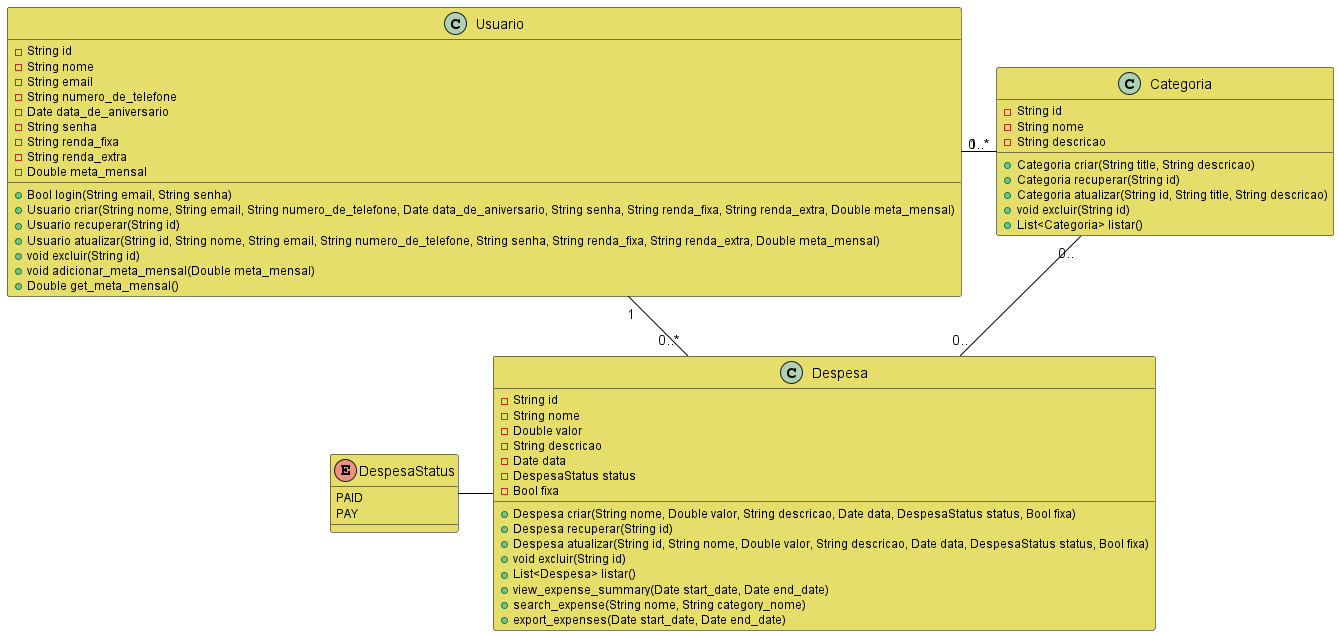
Before: documents/class_diagram/Diagrama de classes.png, a diagram exported from PlantUML (LucasMairon/FinanSee). Its diagram source:
```plantuml
@startuml Diagrama de classes

skinparam ClassAttributeFontSize 12
skinparam ClassFontSize 14
skinparam ClassBorderColor black
skinparam ArrowColor black
skinparam ArrowFontSize 14
skinparam ClassBackgroundColor #E6DE6A


class Usuario {
  -String id
  -String nome
  -String email
  -String numero_de_telefone
  -Date data_de_aniversario
  -String senha
  -String renda_fixa
  -String renda_extra
  -Double meta_mensal
  +Bool login(String email, String senha)
  +Usuario criar(String nome, String email, String numero_de_telefone, Date data_de_aniversario, String senha, String renda_fixa, String renda_extra, Double meta_mensal)
  +Usuario recuperar(String id)
  +Usuario atualizar(String id, String nome, String email, String numero_de_telefone, String senha, String renda_fixa, String renda_extra, Double meta_mensal)
  +void excluir(String id)
  +void adicionar_meta_mensal(Double meta_mensal)
  +Double get_meta_mensal()
}

class Despesa {
  -String id
  -String nome
  -Double valor
  -String descricao
  -Date data
  -DespesaStatus status
  -Bool fixa
  +Despesa criar(String nome, Double valor, String descricao, Date data, DespesaStatus status, Bool fixa)
  +Despesa recuperar(String id)
  +Despesa atualizar(String id, String nome, Double valor, String descricao, Date data, DespesaStatus status, Bool fixa)
  +void excluir(String id)
  +List<Despesa> listar()
  +view_expense_summary(Date start_date, Date end_date)
  +search_expense(String nome, String category_nome)
  +export_expenses(Date start_date, Date end_date)
}

class Categoria {
  -String id
  -String nome
  -String descricao
  +Categoria criar(String title, String descricao)
  +Categoria recuperar(String id)
  +Categoria atualizar(String id, String title, String descricao)
  +void excluir(String id)
  +List<Categoria> listar()
}

enum DespesaStatus {
  PAID
  PAY
}

Usuario"1" -down- "0..*"Despesa
Usuario"1" -right- "0..*"Categoria
Despesa"0.." -up- "0.."Categoria
Despesa -left- DespesaStatus

@enduml
```
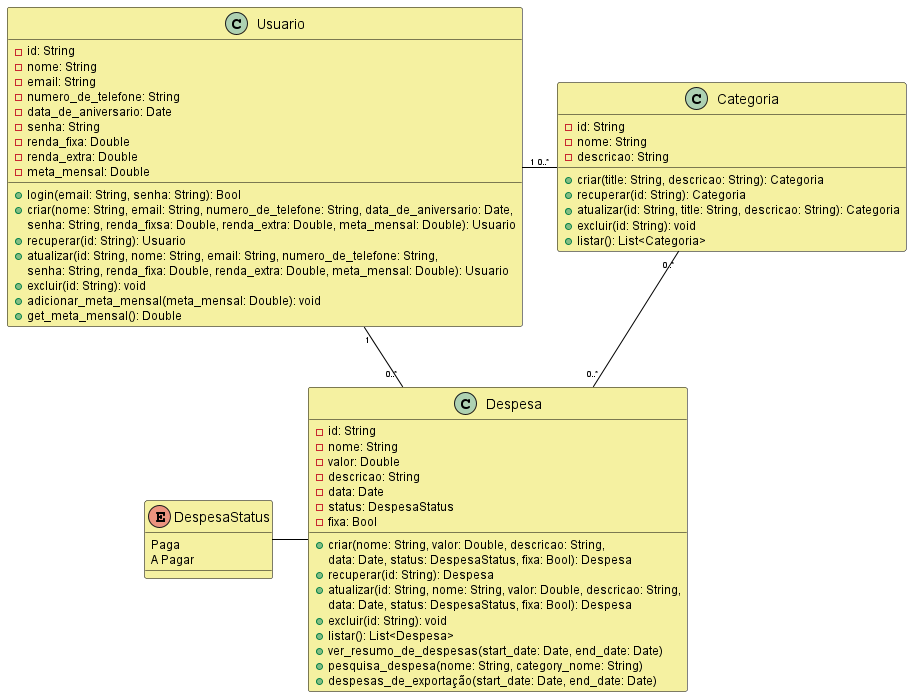
The same file after the commit.

Commit message:
docs: updating class diagram

Change to the diagram source:
```diff
@@ -4,66 +4,70 @@
 skinparam ClassFontSize 14
 skinparam ClassBorderColor black
 skinparam ArrowColor black
-skinparam ArrowFontSize 14
-skinparam ClassBackgroundColor #E6DE6A
+skinparam ArrowFontSize 8
+skinparam ClassBackgroundColor #F5F1A1
 
 
 class Usuario {
-  -String id
-  -String nome
-  -String email
-  -String numero_de_telefone
-  -Date data_de_aniversario
-  -String senha
-  -String renda_fixa
-  -String renda_extra
-  -Double meta_mensal
-  +Bool login(String email, String senha)
-  +Usuario criar(String nome, String email, String numero_de_telefone, Date data_de_aniversario, String senha, String renda_fixa, String renda_extra, Double meta_mensal)
-  +Usuario recuperar(String id)
-  +Usuario atualizar(String id, String nome, String email, String numero_de_telefone, String senha, String renda_fixa, String renda_extra, Double meta_mensal)
-  +void excluir(String id)
-  +void adicionar_meta_mensal(Double meta_mensal)
-  +Double get_meta_mensal()
+ -id: String
+ -nome: String
+ -email: String
+ -numero_de_telefone: String
+ -data_de_aniversario: Date
+ -senha: String
+ -renda_fixa: Double
+ -renda_extra: Double
+ -meta_mensal: Double
+ +login(email: String, senha: String): Bool
+ +criar(nome: String, email: String, numero_de_telefone: String, data_de_aniversario: Date,
+  senha: String, renda_fixsa: Double, renda_extra: Double, meta_mensal: Double): Usuario
+ +recuperar(id: String): Usuario
+ +atualizar(id: String, nome: String, email: String, numero_de_telefone: String,
+ senha: String, renda_fixa: Double, renda_extra: Double, meta_mensal: Double): Usuario
+ +excluir(id: String): void
+ +adicionar_meta_mensal(meta_mensal: Double): void
+ +get_meta_mensal(): Double
 }
 
 class Despesa {
-  -String id
-  -String nome
-  -Double valor
-  -String descricao
-  -Date data
-  -DespesaStatus status
-  -Bool fixa
-  +Despesa criar(String nome, Double valor, String descricao, Date data, DespesaStatus status, Bool fixa)
-  +Despesa recuperar(String id)
-  +Despesa atualizar(String id, String nome, Double valor, String descricao, Date data, DespesaStatus status, Bool fixa)
-  +void excluir(String id)
-  +List<Despesa> listar()
-  +view_expense_summary(Date start_date, Date end_date)
-  +search_expense(String nome, String category_nome)
-  +export_expenses(Date start_date, Date end_date)
+ -id: String
+ -nome: String
+ -valor: Double
+ -descricao: String
+ -data: Date
+ -status: DespesaStatus
+ -fixa: Bool
+ +criar(nome: String, valor: Double, descricao: String,
+  data: Date, status: DespesaStatus, fixa: Bool): Despesa
+ +recuperar(id: String): Despesa
+ +atualizar(id: String, nome: String, valor: Double, descricao: String,
+  data: Date, status: DespesaStatus, fixa: Bool): Despesa
+ +excluir(id: String): void
+ +listar(): List<Despesa>
+ +ver_resumo_de_despesas(start_date: Date, end_date: Date)
+ +pesquisa_despesa(nome: String, category_nome: String)
+ +despesas_de_exportação(start_date: Date, end_date: Date)
 }
 
 class Categoria {
-  -String id
-  -String nome
-  -String descricao
-  +Categoria criar(String title, String descricao)
-  +Categoria recuperar(String id)
-  +Categoria atualizar(String id, String title, String descricao)
-  +void excluir(String id)
-  +List<Categoria> listar()
+ -id: String
+ -nome: String
+ -descricao: String
+ +criar(title: String, descricao: String): Categoria
+ +recuperar(id: String): Categoria
+ +atualizar(id: String, title: String, descricao: String): Categoria
+ +excluir(id: String): void
+ +listar(): List<Categoria>
 }
 
 enum DespesaStatus {
-  PAID
-  PAY
+ Paga
+ A Pagar
 }
 
 Usuario"1" -down- "0..*"Despesa
 Usuario"1" -right- "0..*"Categoria
-Despesa"0.." -up- "0.."Categoria
+Despesa"0..*" -up- "0..*"Categoria
 Despesa -left- DespesaStatus
 
 @enduml
```
